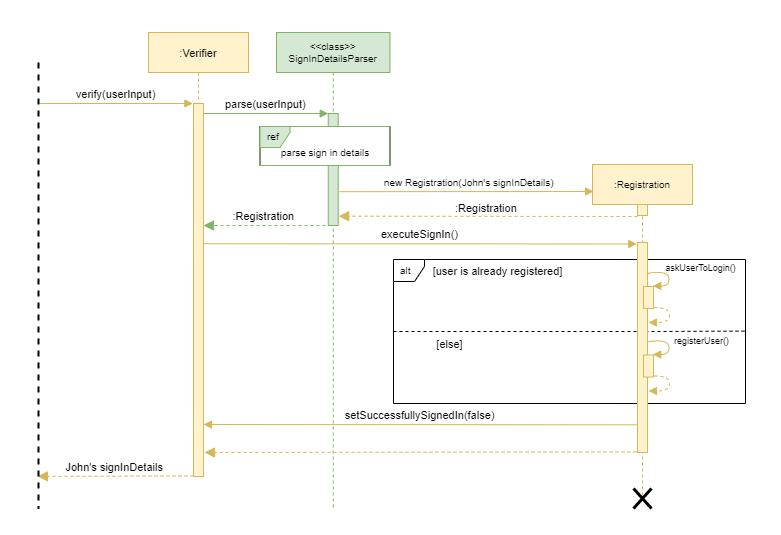
Above: docs/developerGuideDiagrams/registrationSequenceDiagram.png in theeugenechong/tp (draw.io), before the change. Source tidied: cells renumbered, new cells last; positions are measured from the earlier drawing's top-left corner, leaving out a move shared by most shapes.
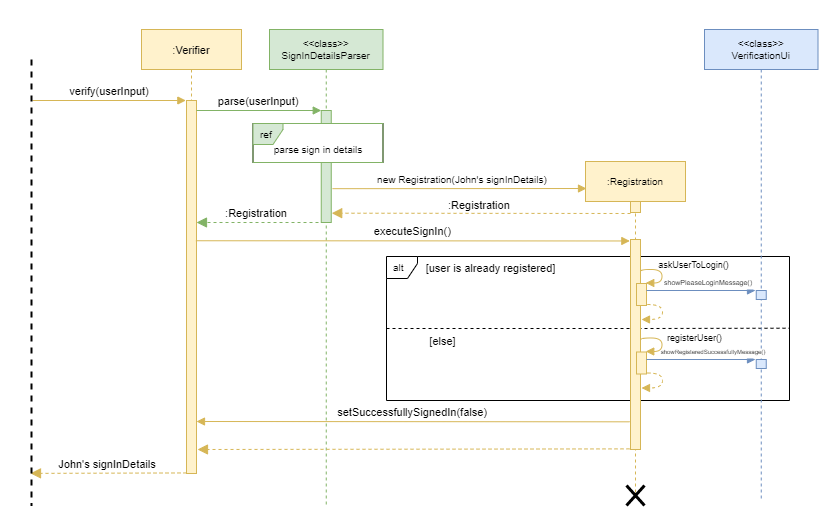
The same file after the commit.

What changed in the source:
```diff
@@ -3,17 +3,16 @@
     <mxCell id="0" />
     <mxCell id="1" parent="0" />
     <mxCell id="2" style="rounded=0;whiteSpace=wrap;html=1;fontSize=10;strokeColor=#FFFFFF;" parent="1" vertex="1">
-      <mxGeometry width="780" height="534" as="geometry" />
+      <mxGeometry x="7" y="3" width="836" height="531" as="geometry" />
     </mxCell>
     <mxCell id="3" value="alt" style="shape=umlFrame;whiteSpace=wrap;html=1;width=31;height=22;boundedLbl=1;verticalAlign=middle;align=left;spacingLeft=5;fontSize=10;" parent="1" vertex="1">
-      <mxGeometry x="393" y="259" width="352" height="144" as="geometry" />
+      <mxGeometry x="393" y="259" width="403" height="144" as="geometry" />
     </mxCell>
-    <mxCell id="4" style="endArrow=none;dashed=1;html=1;rounded=0;edgeStyle=orthogonalEdgeStyle;entryX=1.006;entryY=0.462;entryDx=0;entryDy=0;entryPerimeter=0;" parent="1" edge="1">
+    <mxCell id="4" style="endArrow=none;dashed=1;html=1;rounded=0;edgeStyle=orthogonalEdgeStyle;entryX=0.999;entryY=0.498;entryDx=0;entryDy=0;entryPerimeter=0;" parent="1" edge="1" target="3">
       <mxGeometry relative="1" as="geometry">
         <mxPoint x="393" y="331" as="sourcePoint" />
-        <mxPoint x="745" y="330.6" as="targetPoint" />
         <Array as="points">
-          <mxPoint x="650.8" y="330.4" />
+          <mxPoint x="651" y="331" />
         </Array>
       </mxGeometry>
     </mxCell>
@@ -157,5 +156,26 @@
         <mxPoint x="203" y="424" as="targetPoint" />
       </mxGeometry>
     </mxCell>
+    <mxCell id="36" value="&lt;&lt;class&gt;&gt;&#10;VerificationUi" style="shape=umlLifeline;perimeter=lifelinePerimeter;rounded=0;shadow=0;strokeWidth=1;fontFamily=Helvetica;fontSize=10;fillColor=#dae8fc;strokeColor=#6c8ebf;" parent="1" vertex="1">
+      <mxGeometry x="711" y="32" width="113.5" height="471" as="geometry" />
+    </mxCell>
+    <mxCell id="37" style="perimeter=orthogonalPerimeter;rounded=0;shadow=0;strokeWidth=1;fontFamily=Helvetica;fontSize=11;fillColor=#dae8fc;strokeColor=#6c8ebf;" parent="36" vertex="1">
+      <mxGeometry x="51.8" y="261" width="10" height="9" as="geometry" />
+    </mxCell>
+    <mxCell id="38" style="perimeter=orthogonalPerimeter;rounded=0;shadow=0;strokeWidth=1;fontFamily=Helvetica;fontSize=11;fillColor=#dae8fc;strokeColor=#6c8ebf;" parent="36" vertex="1">
+      <mxGeometry x="51.8" y="330" width="10" height="9" as="geometry" />
+    </mxCell>
+    <mxCell id="39" value="showPleaseLoginMessage()" style="verticalAlign=bottom;endArrow=block;shadow=0;strokeWidth=1;fontFamily=Helvetica;fontSize=7;fillColor=#dae8fc;strokeColor=#6c8ebf;" parent="1" edge="1">
+      <mxGeometry x="0.14" relative="1" as="geometry">
+        <mxPoint x="653" y="293" as="sourcePoint" />
+        <mxPoint x="762" y="293" as="targetPoint" />
+      </mxGeometry>
+    </mxCell>
+    <mxCell id="40" value="showRegisteredSuccessfullyMessage()" style="verticalAlign=bottom;endArrow=block;shadow=0;strokeWidth=1;fontFamily=Helvetica;fontSize=6;fillColor=#dae8fc;strokeColor=#6c8ebf;" parent="1" edge="1">
+      <mxGeometry x="0.23" relative="1" as="geometry">
+        <mxPoint x="653" y="362" as="sourcePoint" />
+        <mxPoint x="762" y="362" as="targetPoint" />
+      </mxGeometry>
+    </mxCell>
   </root>
 </mxGraphModel>
```
